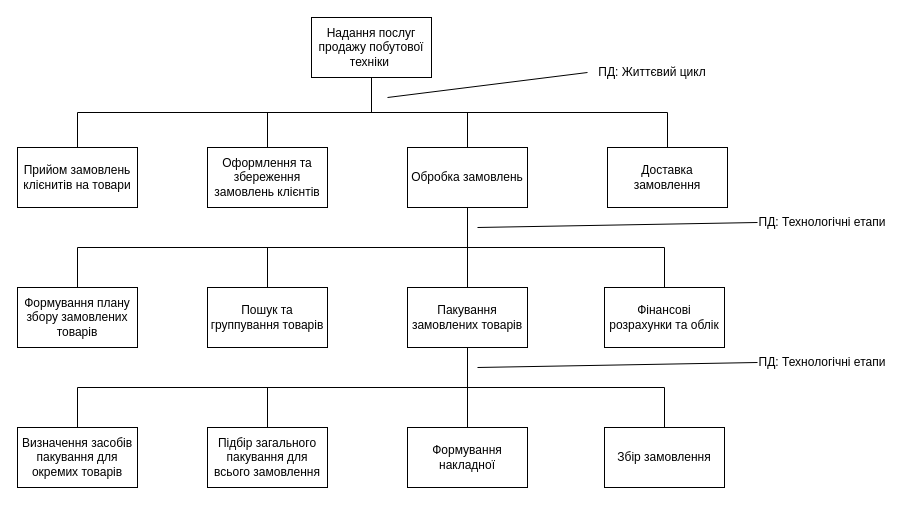
Above: System decomposing.drawio in Mehanari/system_analysis_first_practice (draw.io), before the change. Source tidied: cells renumbered, new cells numbered last; positions are measured from the earlier drawing's top-left corner, leaving out a move shared by most shapes. Both pictures are drawn from the tidied source at 100%, with x=0, y=0 at pixel (17, 17).
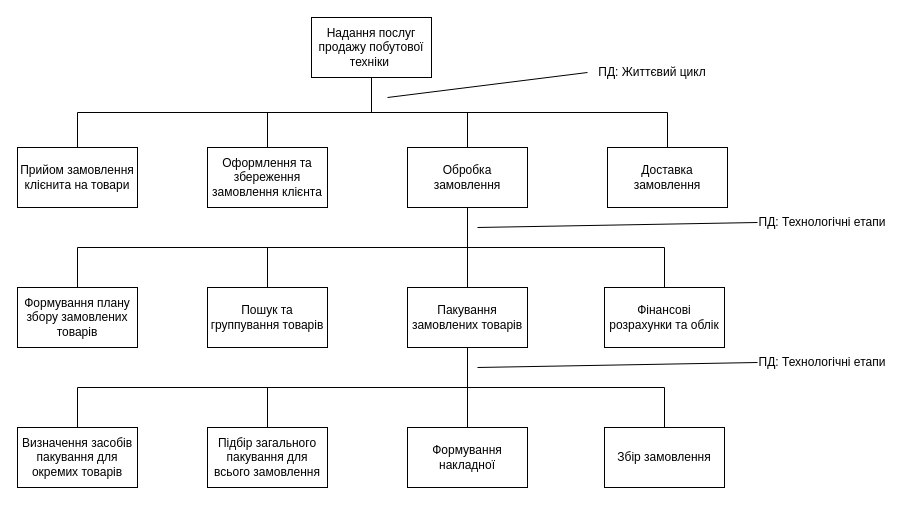
Above is the later version.

What changed in the source:
```diff
@@
-    <mxCell id="3" value="Прийом замовлень клієнитів на товари" style="rounded=0;whiteSpace=wrap;html=1;" parent="1" vertex="1">
+    <mxCell id="3" value="Прийом замовлення клієнита на товари" style="rounded=0;whiteSpace=wrap;html=1;" parent="1" vertex="1">
       <mxGeometry y="130" width="120" height="60" as="geometry" />
     </mxCell>
-    <mxCell id="4" value="Оформлення та збереження замовлень клієнтів" style="rounded=0;whiteSpace=wrap;html=1;" parent="1" vertex="1">
+    <mxCell id="4" value="Оформлення та збереження замовлення клієнта" style="rounded=0;whiteSpace=wrap;html=1;" parent="1" vertex="1">
       <mxGeometry x="190" y="130" width="120" height="60" as="geometry" />
     </mxCell>
-    <mxCell id="5" value="Обробка замовлень" style="rounded=0;whiteSpace=wrap;html=1;" parent="1" vertex="1">
+    <mxCell id="5" value="Обробка замовлення" style="rounded=0;whiteSpace=wrap;html=1;" parent="1" vertex="1">
       <mxGeometry x="390" y="130" width="120" height="60" as="geometry" />
     </mxCell>
```
